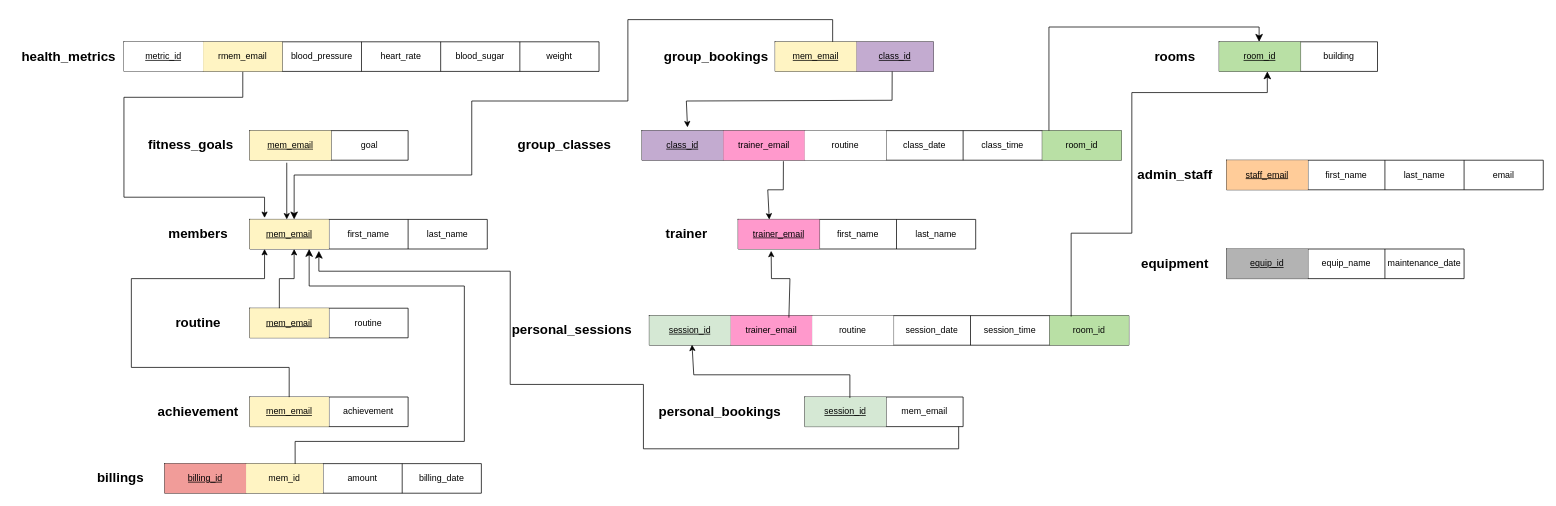
This is design_diagrams/DB_schema.drawio from Areej504/UrHealthApp, a draw.io file, before an edit. Source tidied: cells renumbered, new cells numbered last; positions are measured from the earlier drawing's top-left corner, leaving out a move shared by most shapes. Both pictures are drawn from the tidied source at 74%, with x=0, y=0 at pixel (13, 19).
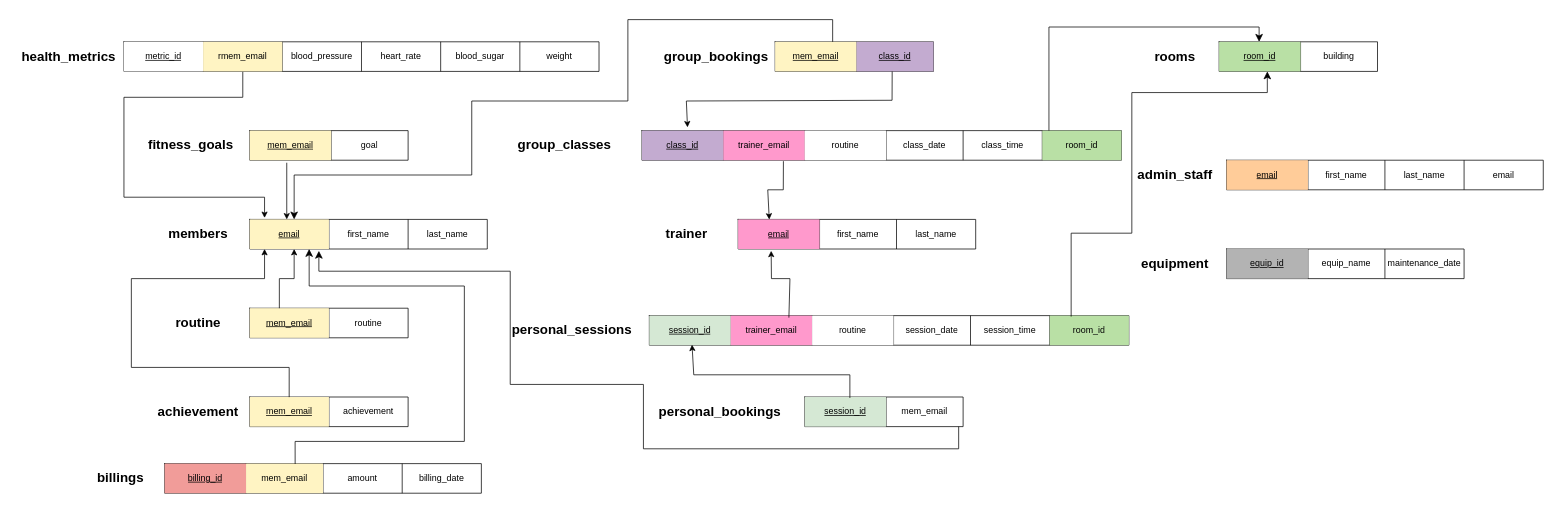
Above is the later version.

Unchanged cells that the change refers to:
```xml
<mxCell id="3" style="shape=tableRow;horizontal=0;startSize=0;swimlaneHead=0;swimlaneBody=0;strokeColor=inherit;top=0;left=0;bottom=0;right=0;fillColor=none;points=[[0,0.5],[1,0.5]];portConstraint=eastwest;" parent="2" vertex="1">
  <mxGeometry width="321" height="40" as="geometry" />
</mxCell>
<mxCell id="27" style="shape=tableRow;horizontal=0;startSize=0;swimlaneHead=0;swimlaneBody=0;strokeColor=inherit;top=0;left=0;bottom=0;right=0;fillColor=none;points=[[0,0.5],[1,0.5]];portConstraint=eastwest;" parent="26" vertex="1">
  <mxGeometry width="321" height="40" as="geometry" />
</mxCell>
<mxCell id="38" style="shape=tableRow;horizontal=0;startSize=0;swimlaneHead=0;swimlaneBody=0;strokeColor=inherit;top=0;left=0;bottom=0;right=0;fillColor=none;" parent="37" vertex="1">
  <mxGeometry width="428" height="40" as="geometry" />
</mxCell>
<mxCell id="51" style="shape=tableRow;horizontal=0;startSize=0;swimlaneHead=0;swimlaneBody=0;strokeColor=inherit;top=0;left=0;bottom=0;right=0;fillColor=none;points=[[0,0.5],[1,0.5]];portConstraint=eastwest;" parent="50" vertex="1">
  <mxGeometry width="428" height="40" as="geometry" />
</mxCell>
```

Diff of the diagram source:
```diff
@@
-    <mxCell id="4" value="&lt;u&gt;mem_email&lt;/u&gt;" style="shape=partialRectangle;html=1;whiteSpace=wrap;strokeColor=inherit;overflow=hidden;fillColor=#FFF4C3;top=0;left=0;bottom=0;right=0;" parent="3" vertex="1">
+    <mxCell id="4" value="&lt;u&gt;email&lt;/u&gt;" style="shape=partialRectangle;html=1;whiteSpace=wrap;strokeColor=inherit;overflow=hidden;fillColor=#FFF4C3;top=0;left=0;bottom=0;right=0;" parent="3" vertex="1">
       <mxGeometry width="107" height="40" as="geometry" />
     </mxCell>
@@
-    <mxCell id="28" value="&lt;u&gt;trainer_email&lt;/u&gt;" style="shape=partialRectangle;html=1;whiteSpace=wrap;strokeColor=inherit;overflow=hidden;fillColor=#FF99CC;top=0;left=0;bottom=0;right=0;" parent="27" vertex="1">
+    <mxCell id="28" value="&lt;u&gt;email&lt;/u&gt;" style="shape=partialRectangle;html=1;whiteSpace=wrap;strokeColor=inherit;overflow=hidden;fillColor=#FF99CC;top=0;left=0;bottom=0;right=0;" parent="27" vertex="1">
       <mxGeometry width="110" height="40" as="geometry" />
     </mxCell>
@@
-    <mxCell id="39" value="&lt;u&gt;staff_email&lt;/u&gt;" style="shape=partialRectangle;html=1;whiteSpace=wrap;strokeColor=inherit;overflow=hidden;fillColor=#FFCC99;top=0;left=0;bottom=0;right=0;" parent="38" vertex="1">
+    <mxCell id="39" value="&lt;u&gt;email&lt;/u&gt;" style="shape=partialRectangle;html=1;whiteSpace=wrap;strokeColor=inherit;overflow=hidden;fillColor=#FFCC99;top=0;left=0;bottom=0;right=0;" parent="38" vertex="1">
       <mxGeometry width="110" height="40" as="geometry" />
     </mxCell>
@@
-    <mxCell id="53" value="mem_id" style="shape=partialRectangle;html=1;whiteSpace=wrap;strokeColor=inherit;overflow=hidden;fillColor=#FFF4C3;top=0;left=0;bottom=0;right=0;" parent="51" vertex="1">
+    <mxCell id="53" value="mem_email" style="shape=partialRectangle;html=1;whiteSpace=wrap;strokeColor=inherit;overflow=hidden;fillColor=#FFF4C3;top=0;left=0;bottom=0;right=0;" parent="51" vertex="1">
       <mxGeometry x="110" width="104" height="40" as="geometry" />
     </mxCell>
```
